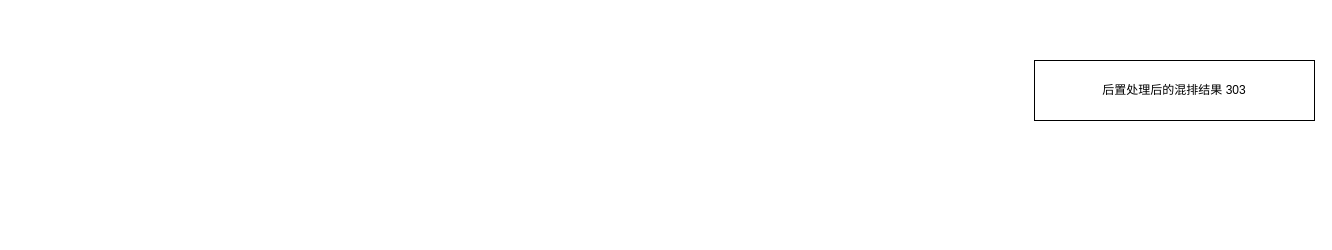
Earlier version of the draw.io diagram 搜索callback.drawio (ETHAN0430/draw.io.repo). Source tidied: cells renumbered, new cells numbered last; positions are measured from the earlier drawing's top-left corner, leaving out a move shared by most shapes. Both pictures are drawn from the tidied source at 100%, with x=0, y=0 at pixel (1034, 60).
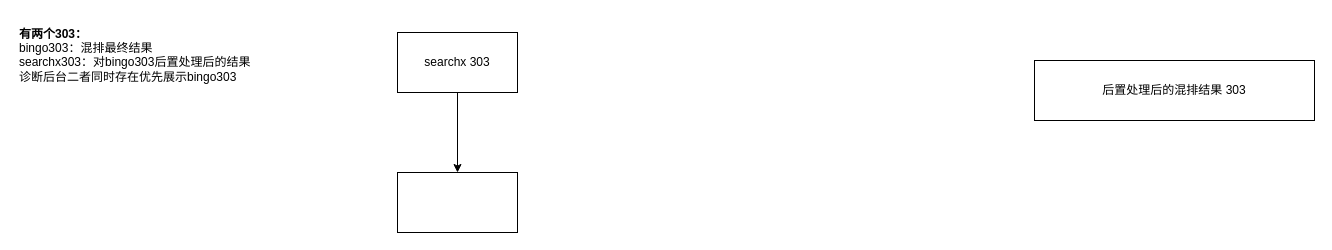
After the change.

Change to the diagram source:
```diff
@@
 <mxGraphModel>
   <root>
     <mxCell id="0" />
     <mxCell id="1" parent="0" />
     <mxCell id="2" value="后置处理后的混排结果 303" style="whiteSpace=wrap;html=1;" parent="1" vertex="1">
       <mxGeometry width="280" height="60" as="geometry" />
     </mxCell>
+    <mxCell id="3" value="&lt;b&gt;有两个303：&lt;/b&gt;&lt;br&gt;bingo303：混排最终结果&lt;br&gt;searchx303：对bingo303后置处理后的结果&lt;br&gt;诊断后台二者同时存在优先展示bingo303&lt;div&gt;&lt;br&gt;&lt;/div&gt;" style="text;html=1;align=left;verticalAlign=middle;strokeColor=none;fillColor=none;" parent="1" vertex="1">
+      <mxGeometry x="-1017" y="-43" width="250" height="90" as="geometry" />
+    </mxCell>
+    <mxCell id="4" style="edgeStyle=orthogonalEdgeStyle;rounded=0;jettySize=auto;html=1;" parent="1" edge="1" source="5" target="6">
+      <mxGeometry relative="1" as="geometry" />
+    </mxCell>
+    <mxCell id="5" value="searchx 303" style="whiteSpace=wrap;html=1;" parent="1" vertex="1">
+      <mxGeometry x="-637" y="-28" width="120" height="60" as="geometry" />
+    </mxCell>
+    <mxCell id="6" style="whiteSpace=wrap;html=1;" parent="1" vertex="1">
+      <mxGeometry x="-637" y="112" width="120" height="60" as="geometry" />
+    </mxCell>
   </root>
 </mxGraphModel>
```
